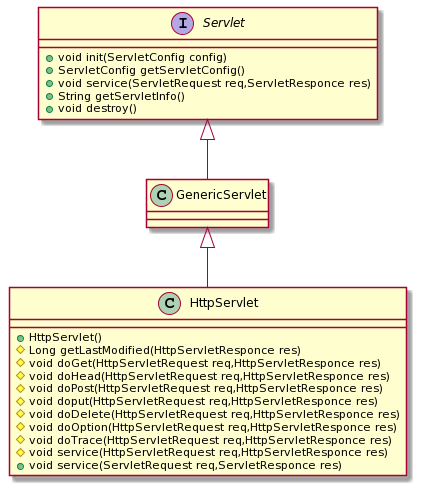
The PlantUML diagram 2020/06/17/Servlet-JSP-筆記/ServletClass.png in Kaponcer/Kaponcer.github.io, before a commit.
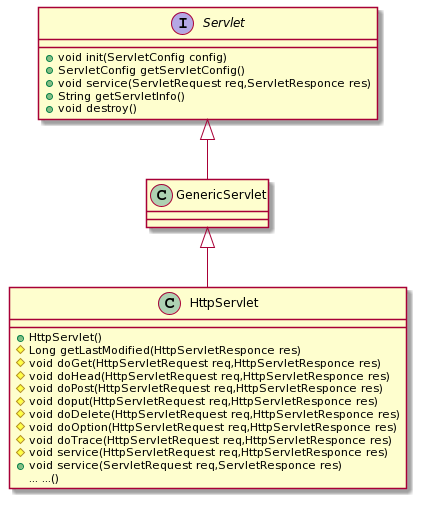
The same file after the commit.

The edit, as a diff of the source:
```diff
@@ -1,6 +1,7 @@
 @startuml
 Servlet <|-- GenericServlet
-GenericServlet <|-- HttpServlet
+    GenericServlet <|-- HttpServlet
+
     interface Servlet{
         + void init(ServletConfig config)
         + ServletConfig getServletConfig()
@@ -21,5 +22,6 @@
         # void doTrace(HttpServletRequest req,HttpServletResponce res)
         # void service(HttpServletRequest req,HttpServletResponce res)
         + void service(ServletRequest req,ServletResponce res)
+        ... ...()
     }
 @enduml
```
